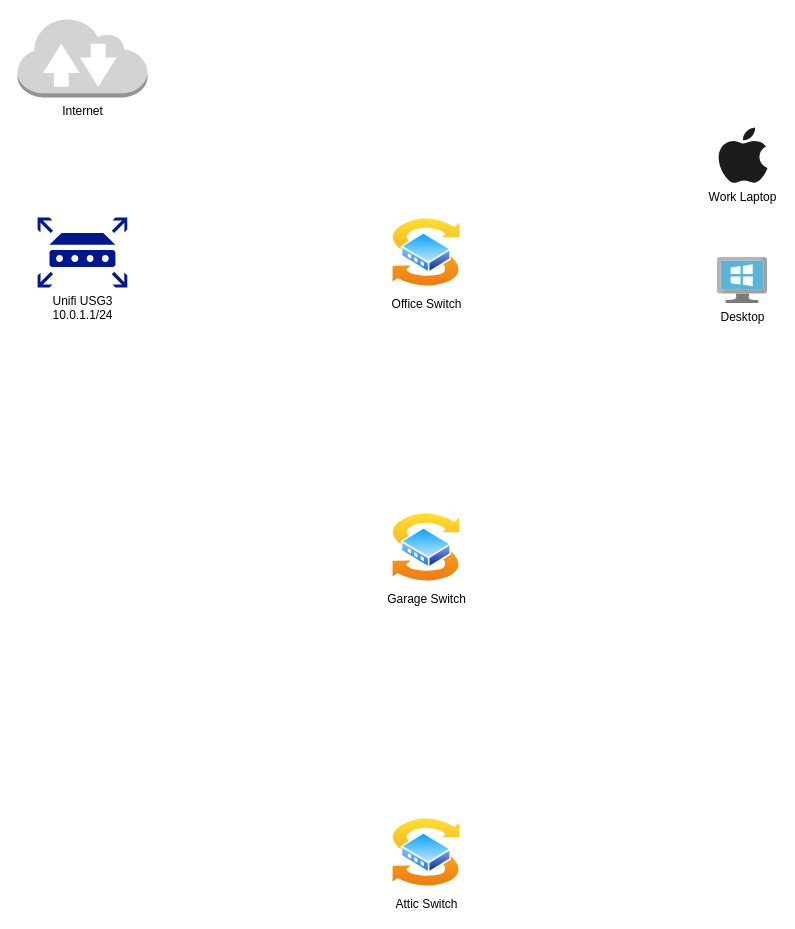
Above: docs/diagrams/network_diagram.drawio in rafaribe/home-ops (draw.io), before the change. Source tidied: cells renumbered, new cells numbered last; positions are measured from the earlier drawing's top-left corner, leaving out a move shared by most shapes. Both pictures are drawn from the tidied source at 100%, with x=0, y=0 at pixel (17, 17).
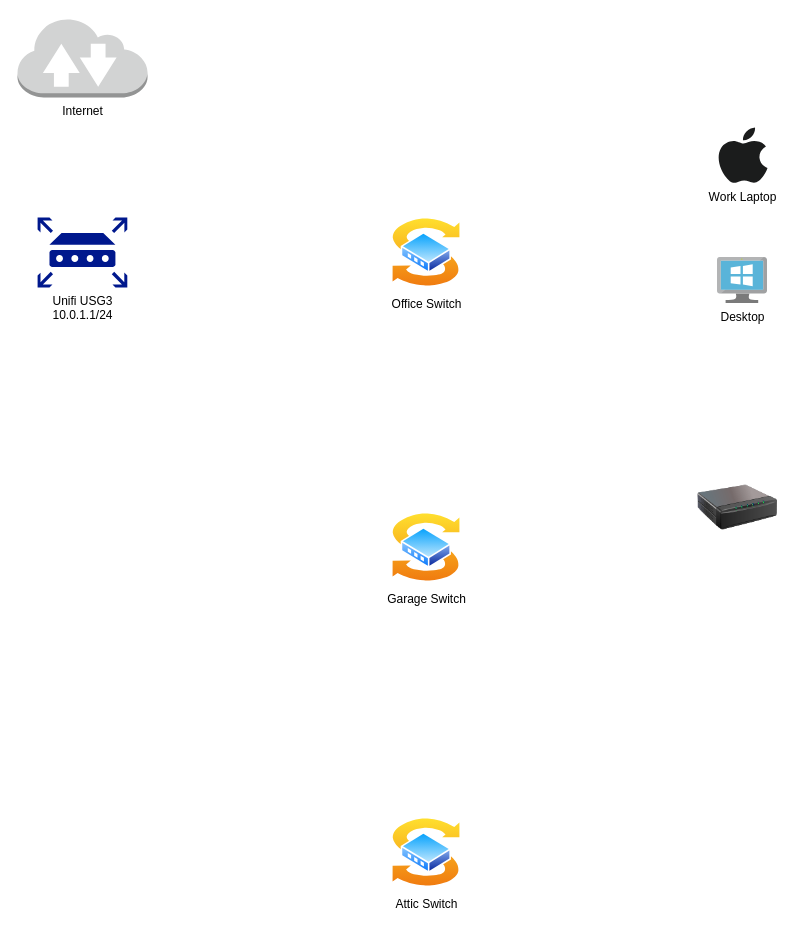
The same page after the edit.

Commit message:
docs: network diagram slightly updated.

The edit, as a diff of the source:
```diff
@@
 <mxGraphModel>
   <root>
     <mxCell id="0" />
     <mxCell id="1" parent="0" />
     <mxCell id="2" value="Unifi USG3&lt;br&gt;10.0.1.1/24" style="sketch=0;shadow=0;dashed=0;html=1;strokeColor=none;labelPosition=center;verticalLabelPosition=bottom;verticalAlign=top;align=center;fillColor=#00188D;shape=mxgraph.mscae.enterprise.router;" parent="1" vertex="1">
       <mxGeometry x="20.1" y="200" width="89.7" height="70" as="geometry" />
     </mxCell>
     <mxCell id="3" value="Internet" style="dashed=0;verticalLabelPosition=bottom;verticalAlign=top;align=center;html=1;shape=mxgraph.aws3.internet_2;fillColor=#D2D3D3;gradientColor=none;" parent="1" vertex="1">
       <mxGeometry width="130" height="80" as="geometry" />
     </mxCell>
     <mxCell id="4" value="Office Switch" style="perimeter=ellipsePerimeter;html=1;align=center;shadow=0;dashed=0;spacingTop=3;image;image=img/lib/active_directory/switch.svg;" parent="1" vertex="1">
       <mxGeometry x="374" y="200" width="70" height="70" as="geometry" />
     </mxCell>
     <mxCell id="5" value="Garage Switch" style="perimeter=ellipsePerimeter;html=1;align=center;shadow=0;dashed=0;spacingTop=3;image;image=img/lib/active_directory/switch.svg;" parent="1" vertex="1">
       <mxGeometry x="374" y="495" width="70" height="70" as="geometry" />
     </mxCell>
     <mxCell id="6" value="Attic Switch" style="perimeter=ellipsePerimeter;html=1;align=center;shadow=0;dashed=0;spacingTop=3;image;image=img/lib/active_directory/switch.svg;" parent="1" vertex="1">
       <mxGeometry x="374" y="800" width="70" height="70" as="geometry" />
     </mxCell>
     <mxCell id="7" value="Work Laptop" style="dashed=0;html=1;align=center;labelPosition=center;verticalLabelPosition=bottom;verticalAlign=top;shape=mxgraph.weblogos.apple;fillColor=#1B1C1C;strokeColor=none;" parent="1" vertex="1">
       <mxGeometry x="700" y="110" width="50" height="56.2" as="geometry" />
     </mxCell>
     <mxCell id="8" value="Desktop" style="sketch=0;html=1;align=center;image;fontSize=12;image=img/lib/mscae/VirtualMachineWindows.svg;" parent="1" vertex="1">
       <mxGeometry x="700" y="240" width="50" height="46" as="geometry" />
     </mxCell>
+    <mxCell id="9" style="image;html=1;image=img/lib/clip_art/networking/Print_Server_128x128.png;" parent="1" vertex="1">
+      <mxGeometry x="680" y="450" width="80" height="80" as="geometry" />
+    </mxCell>
   </root>
 </mxGraphModel>
```
